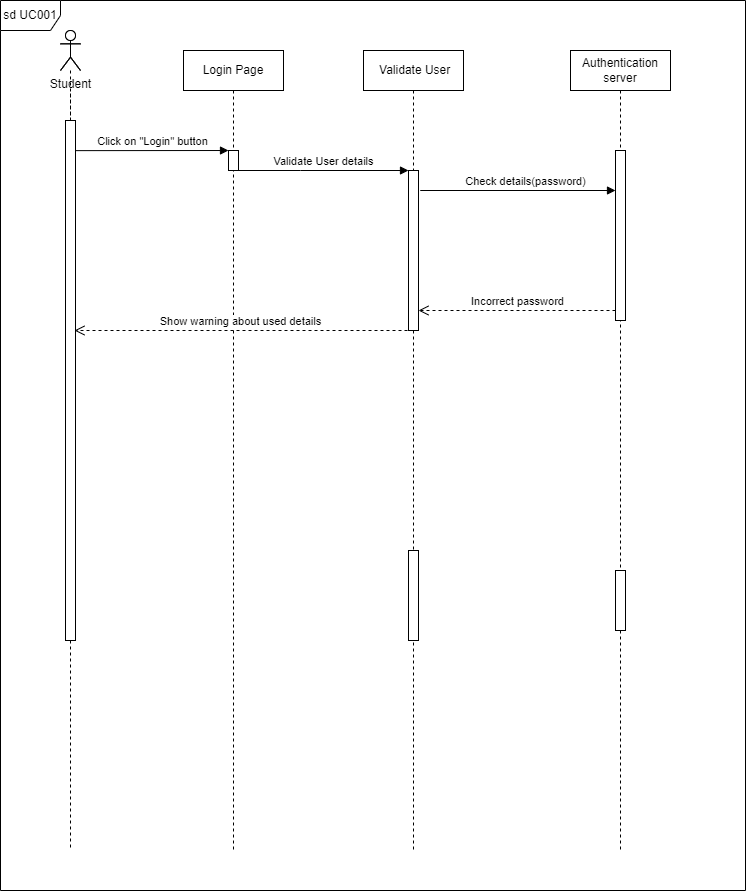
Above: project/drawio/Alpha/SDForgotPassword.drawio.png in drshahizan/software-engineering (draw.io), before the change. Source tidied: cells renumbered, new cells last; positions are measured from the earlier drawing's top-left corner, leaving out a move shared by most shapes. Source of this version:
```xml
<mxGraphModel>
  <root>
    <mxCell id="0" />
    <mxCell id="1" parent="0" />
    <mxCell id="2" style="shape=umlLifeline;perimeter=lifelinePerimeter;whiteSpace=wrap;html=1;newEdgeStyle={&quot;edgeStyle&quot;:&quot;elbowEdgeStyle&quot;,&quot;elbow&quot;:&quot;vertical&quot;,&quot;curved&quot;:0,&quot;rounded&quot;:0};participant=umlActor;" parent="1" vertex="1">
      <mxGeometry x="60" y="30" width="20" height="820" as="geometry" />
    </mxCell>
    <mxCell id="3" value="Login Page" style="shape=umlLifeline;perimeter=lifelinePerimeter;whiteSpace=wrap;html=1;newEdgeStyle={&quot;edgeStyle&quot;:&quot;elbowEdgeStyle&quot;,&quot;elbow&quot;:&quot;vertical&quot;,&quot;curved&quot;:0,&quot;rounded&quot;:0};" parent="1" vertex="1">
      <mxGeometry x="183" y="50" width="100" height="800" as="geometry" />
    </mxCell>
    <mxCell id="4" style="html=1;points=[];perimeter=orthogonalPerimeter;outlineConnect=0;targetShapes=umlLifeline;portConstraint=eastwest;newEdgeStyle={&quot;edgeStyle&quot;:&quot;elbowEdgeStyle&quot;,&quot;elbow&quot;:&quot;vertical&quot;,&quot;curved&quot;:0,&quot;rounded&quot;:0};" parent="3" vertex="1">
      <mxGeometry x="45" y="100" width="10" height="20" as="geometry" />
    </mxCell>
    <mxCell id="5" value="&amp;nbsp;Validate User" style="shape=umlLifeline;perimeter=lifelinePerimeter;whiteSpace=wrap;html=1;newEdgeStyle={&quot;edgeStyle&quot;:&quot;elbowEdgeStyle&quot;,&quot;elbow&quot;:&quot;vertical&quot;,&quot;curved&quot;:0,&quot;rounded&quot;:0};" parent="1" vertex="1">
      <mxGeometry x="363" y="50" width="100" height="800" as="geometry" />
    </mxCell>
    <mxCell id="6" style="html=1;points=[];perimeter=orthogonalPerimeter;outlineConnect=0;targetShapes=umlLifeline;portConstraint=eastwest;newEdgeStyle={&quot;edgeStyle&quot;:&quot;elbowEdgeStyle&quot;,&quot;elbow&quot;:&quot;vertical&quot;,&quot;curved&quot;:0,&quot;rounded&quot;:0};" parent="5" vertex="1">
      <mxGeometry x="45" y="120" width="10" height="160" as="geometry" />
    </mxCell>
    <mxCell id="7" value="Show warning about used details" style="html=1;verticalAlign=bottom;endArrow=open;dashed=1;endSize=8;edgeStyle=elbowEdgeStyle;elbow=vertical;curved=0;rounded=0;" parent="1" edge="1">
      <mxGeometry relative="1" as="geometry">
        <mxPoint x="407" y="330" as="sourcePoint" />
        <mxPoint x="74" y="330" as="targetPoint" />
        <Array as="points">
          <mxPoint x="254" y="330" />
          <mxPoint x="384" y="390" />
          <mxPoint x="309" y="410" />
          <mxPoint x="299" y="340" />
          <mxPoint x="332" y="290" />
        </Array>
      </mxGeometry>
    </mxCell>
    <mxCell id="8" value="Student" style="shape=umlActor;verticalLabelPosition=bottom;verticalAlign=top;html=1;" parent="1" vertex="1">
      <mxGeometry x="60" y="30" width="20" height="40" as="geometry" />
    </mxCell>
    <mxCell id="9" style="html=1;points=[];perimeter=orthogonalPerimeter;outlineConnect=0;targetShapes=umlLifeline;portConstraint=eastwest;newEdgeStyle={&quot;edgeStyle&quot;:&quot;elbowEdgeStyle&quot;,&quot;elbow&quot;:&quot;vertical&quot;,&quot;curved&quot;:0,&quot;rounded&quot;:0};" parent="1" vertex="1">
      <mxGeometry x="65" y="120" width="10" height="520" as="geometry" />
    </mxCell>
    <mxCell id="10" style="endArrow=none;dashed=1;html=1;rounded=0;" parent="1" edge="1" source="9">
      <mxGeometry relative="1" as="geometry">
        <mxPoint x="70" y="90" as="targetPoint" />
      </mxGeometry>
    </mxCell>
    <mxCell id="11" value="Click on &quot;Login&quot; button" style="html=1;verticalAlign=bottom;endArrow=block;edgeStyle=elbowEdgeStyle;elbow=vertical;curved=0;rounded=0;" parent="1" edge="1" target="4">
      <mxGeometry relative="1" as="geometry">
        <mxPoint x="75" y="150.1" as="sourcePoint" />
      </mxGeometry>
    </mxCell>
    <mxCell id="12" value="Validate User details" style="html=1;verticalAlign=bottom;endArrow=block;edgeStyle=elbowEdgeStyle;elbow=vertical;curved=0;rounded=0;" parent="1" edge="1" source="4" target="6">
      <mxGeometry relative="1" as="geometry">
        <Array as="points">
          <mxPoint x="300" y="170" />
        </Array>
      </mxGeometry>
    </mxCell>
    <mxCell id="13" value="Authentication server" style="shape=umlLifeline;perimeter=lifelinePerimeter;whiteSpace=wrap;html=1;newEdgeStyle={&quot;edgeStyle&quot;:&quot;elbowEdgeStyle&quot;,&quot;elbow&quot;:&quot;vertical&quot;,&quot;curved&quot;:0,&quot;rounded&quot;:0};" parent="1" vertex="1">
      <mxGeometry x="570" y="50" width="100" height="800" as="geometry" />
    </mxCell>
    <mxCell id="14" style="html=1;points=[];perimeter=orthogonalPerimeter;outlineConnect=0;targetShapes=umlLifeline;portConstraint=eastwest;newEdgeStyle={&quot;edgeStyle&quot;:&quot;elbowEdgeStyle&quot;,&quot;elbow&quot;:&quot;vertical&quot;,&quot;curved&quot;:0,&quot;rounded&quot;:0};" parent="13" vertex="1">
      <mxGeometry x="45" y="100" width="10" height="170" as="geometry" />
    </mxCell>
    <mxCell id="15" value="Check details(password)" style="html=1;verticalAlign=bottom;endArrow=block;edgeStyle=elbowEdgeStyle;elbow=vertical;curved=0;rounded=0;" parent="1" edge="1" target="14">
      <mxGeometry x="0.24" relative="1" as="geometry">
        <mxPoint x="463" y="190" as="sourcePoint" />
        <Array as="points">
          <mxPoint x="420" y="190" />
        </Array>
      </mxGeometry>
    </mxCell>
    <mxCell id="16" value="Incorrect password" style="html=1;verticalAlign=bottom;endArrow=open;dashed=1;endSize=8;edgeStyle=elbowEdgeStyle;elbow=vertical;curved=0;rounded=0;" parent="1" edge="1" target="6">
      <mxGeometry relative="1" as="geometry">
        <mxPoint x="615" y="310" as="sourcePoint" />
        <Array as="points">
          <mxPoint x="515" y="310" />
          <mxPoint x="555" y="330" />
          <mxPoint x="526" y="360" />
        </Array>
      </mxGeometry>
    </mxCell>
    <mxCell id="17" value="sd UC001" style="shape=umlFrame;whiteSpace=wrap;html=1;" parent="1" vertex="1">
      <mxGeometry width="745" height="890" as="geometry" />
    </mxCell>
    <mxCell id="18" style="html=1;perimeter=orthogonalPerimeter;targetShapes=umlLifeline;newEdgeStyle={&quot;edgeStyle&quot;:&quot;elbowEdgeStyle&quot;,&quot;elbow&quot;:&quot;vertical&quot;,&quot;curved&quot;:0,&quot;rounded&quot;:0};" parent="1" vertex="1">
      <mxGeometry x="408" y="550" width="10" height="90" as="geometry" />
    </mxCell>
    <mxCell id="19" style="html=1;perimeter=orthogonalPerimeter;targetShapes=umlLifeline;newEdgeStyle={&quot;edgeStyle&quot;:&quot;elbowEdgeStyle&quot;,&quot;elbow&quot;:&quot;vertical&quot;,&quot;curved&quot;:0,&quot;rounded&quot;:0};" parent="1" vertex="1">
      <mxGeometry x="615" y="570" width="10" height="60" as="geometry" />
    </mxCell>
  </root>
</mxGraphModel>
```
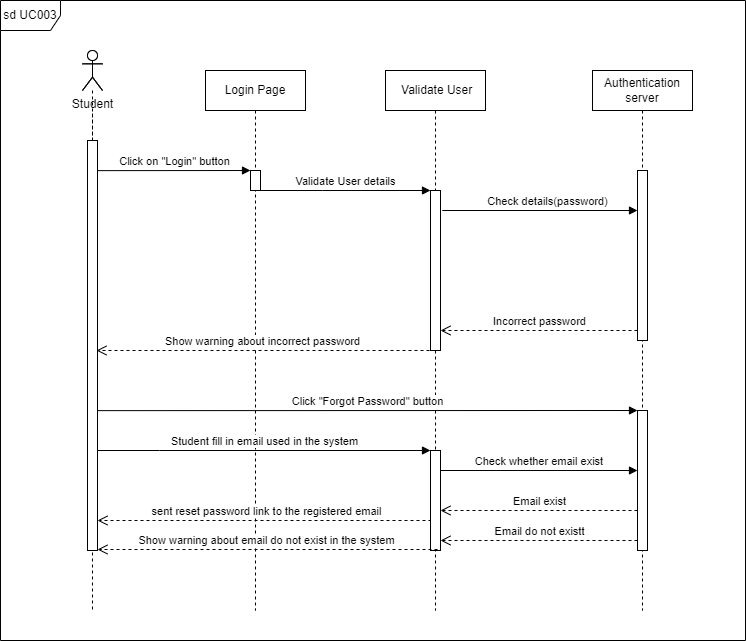
The same diagram one commit later.

Diff of the diagram source:
```diff
@@ -3,21 +3,21 @@
     <mxCell id="0" />
     <mxCell id="1" parent="0" />
     <mxCell id="2" style="shape=umlLifeline;perimeter=lifelinePerimeter;whiteSpace=wrap;html=1;newEdgeStyle={&quot;edgeStyle&quot;:&quot;elbowEdgeStyle&quot;,&quot;elbow&quot;:&quot;vertical&quot;,&quot;curved&quot;:0,&quot;rounded&quot;:0};participant=umlActor;" parent="1" vertex="1">
-      <mxGeometry x="60" y="30" width="20" height="820" as="geometry" />
+      <mxGeometry x="60" y="30" width="20" height="560" as="geometry" />
     </mxCell>
     <mxCell id="3" value="Login Page" style="shape=umlLifeline;perimeter=lifelinePerimeter;whiteSpace=wrap;html=1;newEdgeStyle={&quot;edgeStyle&quot;:&quot;elbowEdgeStyle&quot;,&quot;elbow&quot;:&quot;vertical&quot;,&quot;curved&quot;:0,&quot;rounded&quot;:0};" parent="1" vertex="1">
-      <mxGeometry x="183" y="50" width="100" height="800" as="geometry" />
+      <mxGeometry x="183" y="50" width="100" height="540" as="geometry" />
     </mxCell>
     <mxCell id="4" style="html=1;points=[];perimeter=orthogonalPerimeter;outlineConnect=0;targetShapes=umlLifeline;portConstraint=eastwest;newEdgeStyle={&quot;edgeStyle&quot;:&quot;elbowEdgeStyle&quot;,&quot;elbow&quot;:&quot;vertical&quot;,&quot;curved&quot;:0,&quot;rounded&quot;:0};" parent="3" vertex="1">
       <mxGeometry x="45" y="100" width="10" height="20" as="geometry" />
     </mxCell>
     <mxCell id="5" value="&amp;nbsp;Validate User" style="shape=umlLifeline;perimeter=lifelinePerimeter;whiteSpace=wrap;html=1;newEdgeStyle={&quot;edgeStyle&quot;:&quot;elbowEdgeStyle&quot;,&quot;elbow&quot;:&quot;vertical&quot;,&quot;curved&quot;:0,&quot;rounded&quot;:0};" parent="1" vertex="1">
-      <mxGeometry x="363" y="50" width="100" height="800" as="geometry" />
+      <mxGeometry x="363" y="50" width="100" height="540" as="geometry" />
     </mxCell>
     <mxCell id="6" style="html=1;points=[];perimeter=orthogonalPerimeter;outlineConnect=0;targetShapes=umlLifeline;portConstraint=eastwest;newEdgeStyle={&quot;edgeStyle&quot;:&quot;elbowEdgeStyle&quot;,&quot;elbow&quot;:&quot;vertical&quot;,&quot;curved&quot;:0,&quot;rounded&quot;:0};" parent="5" vertex="1">
       <mxGeometry x="45" y="120" width="10" height="160" as="geometry" />
     </mxCell>
-    <mxCell id="7" value="Show warning about used details" style="html=1;verticalAlign=bottom;endArrow=open;dashed=1;endSize=8;edgeStyle=elbowEdgeStyle;elbow=vertical;curved=0;rounded=0;" parent="1" edge="1">
+    <mxCell id="7" value="Show warning about incorrect password" style="html=1;verticalAlign=bottom;endArrow=open;dashed=1;endSize=8;edgeStyle=elbowEdgeStyle;elbow=vertical;curved=0;rounded=0;" parent="1" edge="1">
       <mxGeometry relative="1" as="geometry">
         <mxPoint x="407" y="330" as="sourcePoint" />
         <mxPoint x="74" y="330" as="targetPoint" />
@@ -34,7 +34,7 @@
       <mxGeometry x="60" y="30" width="20" height="40" as="geometry" />
     </mxCell>
     <mxCell id="9" style="html=1;points=[];perimeter=orthogonalPerimeter;outlineConnect=0;targetShapes=umlLifeline;portConstraint=eastwest;newEdgeStyle={&quot;edgeStyle&quot;:&quot;elbowEdgeStyle&quot;,&quot;elbow&quot;:&quot;vertical&quot;,&quot;curved&quot;:0,&quot;rounded&quot;:0};" parent="1" vertex="1">
-      <mxGeometry x="65" y="120" width="10" height="520" as="geometry" />
+      <mxGeometry x="65" y="120" width="10" height="410" as="geometry" />
     </mxCell>
     <mxCell id="10" style="endArrow=none;dashed=1;html=1;rounded=0;" parent="1" edge="1" source="9">
       <mxGeometry relative="1" as="geometry">
@@ -54,11 +54,14 @@
       </mxGeometry>
     </mxCell>
     <mxCell id="13" value="Authentication server" style="shape=umlLifeline;perimeter=lifelinePerimeter;whiteSpace=wrap;html=1;newEdgeStyle={&quot;edgeStyle&quot;:&quot;elbowEdgeStyle&quot;,&quot;elbow&quot;:&quot;vertical&quot;,&quot;curved&quot;:0,&quot;rounded&quot;:0};" parent="1" vertex="1">
-      <mxGeometry x="570" y="50" width="100" height="800" as="geometry" />
+      <mxGeometry x="570" y="50" width="100" height="540" as="geometry" />
     </mxCell>
     <mxCell id="14" style="html=1;points=[];perimeter=orthogonalPerimeter;outlineConnect=0;targetShapes=umlLifeline;portConstraint=eastwest;newEdgeStyle={&quot;edgeStyle&quot;:&quot;elbowEdgeStyle&quot;,&quot;elbow&quot;:&quot;vertical&quot;,&quot;curved&quot;:0,&quot;rounded&quot;:0};" parent="13" vertex="1">
       <mxGeometry x="45" y="100" width="10" height="170" as="geometry" />
     </mxCell>
+    <mxCell id="19" style="html=1;perimeter=orthogonalPerimeter;targetShapes=umlLifeline;newEdgeStyle={&quot;edgeStyle&quot;:&quot;elbowEdgeStyle&quot;,&quot;elbow&quot;:&quot;vertical&quot;,&quot;curved&quot;:0,&quot;rounded&quot;:0};" parent="13" vertex="1">
+      <mxGeometry x="45" y="340" width="10" height="140" as="geometry" />
+    </mxCell>
     <mxCell id="15" value="Check details(password)" style="html=1;verticalAlign=bottom;endArrow=block;edgeStyle=elbowEdgeStyle;elbow=vertical;curved=0;rounded=0;" parent="1" edge="1" target="14">
       <mxGeometry x="0.24" relative="1" as="geometry">
         <mxPoint x="463" y="190" as="sourcePoint" />
@@ -77,14 +80,87 @@
         </Array>
       </mxGeometry>
     </mxCell>
-    <mxCell id="17" value="sd UC001" style="shape=umlFrame;whiteSpace=wrap;html=1;" parent="1" vertex="1">
-      <mxGeometry width="745" height="890" as="geometry" />
+    <mxCell id="17" value="sd UC003" style="shape=umlFrame;whiteSpace=wrap;html=1;" parent="1" vertex="1">
+      <mxGeometry x="-22" y="-20" width="745" height="640" as="geometry" />
     </mxCell>
-    <mxCell id="18" style="html=1;perimeter=orthogonalPerimeter;targetShapes=umlLifeline;newEdgeStyle={&quot;edgeStyle&quot;:&quot;elbowEdgeStyle&quot;,&quot;elbow&quot;:&quot;vertical&quot;,&quot;curved&quot;:0,&quot;rounded&quot;:0};" parent="1" vertex="1">
-      <mxGeometry x="408" y="550" width="10" height="90" as="geometry" />
-    </mxCell>
-    <mxCell id="19" style="html=1;perimeter=orthogonalPerimeter;targetShapes=umlLifeline;newEdgeStyle={&quot;edgeStyle&quot;:&quot;elbowEdgeStyle&quot;,&quot;elbow&quot;:&quot;vertical&quot;,&quot;curved&quot;:0,&quot;rounded&quot;:0};" parent="1" vertex="1">
-      <mxGeometry x="615" y="570" width="10" height="60" as="geometry" />
-    </mxCell>
+    <mxCell id="20" value="Click &quot;Forgot Password&quot; button" style="html=1;verticalAlign=bottom;endArrow=block;edgeStyle=elbowEdgeStyle;elbow=vertical;curved=0;rounded=0;" parent="1" edge="1">
+      <mxGeometry relative="1" as="geometry">
+        <mxPoint x="75" y="390.1" as="sourcePoint" />
+        <mxPoint x="615" y="390" as="targetPoint" />
+      </mxGeometry>
+    </mxCell>
+    <mxCell id="21" value="sent reset password link to the registered email" style="html=1;verticalAlign=bottom;endArrow=open;dashed=1;endSize=8;edgeStyle=elbowEdgeStyle;elbow=vertical;curved=0;rounded=0;" parent="1" edge="1" target="9">
+      <mxGeometry relative="1" as="geometry">
+        <mxPoint x="415" y="500" as="sourcePoint" />
+        <Array as="points">
+          <mxPoint x="345" y="500" />
+          <mxPoint x="345" y="490" />
+          <mxPoint x="415" y="530" />
+          <mxPoint x="485" y="500" />
+          <mxPoint x="282" y="449.5" />
+          <mxPoint x="412" y="509.5" />
+          <mxPoint x="337" y="529.5" />
+          <mxPoint x="327" y="459.5" />
+          <mxPoint x="360" y="409.5" />
+        </Array>
+      </mxGeometry>
+    </mxCell>
+    <mxCell id="22" style="html=1;points=[];perimeter=orthogonalPerimeter;outlineConnect=0;targetShapes=umlLifeline;portConstraint=eastwest;newEdgeStyle={&quot;edgeStyle&quot;:&quot;elbowEdgeStyle&quot;,&quot;elbow&quot;:&quot;vertical&quot;,&quot;curved&quot;:0,&quot;rounded&quot;:0};" parent="1" vertex="1">
+      <mxGeometry x="408" y="430" width="10" height="100" as="geometry" />
+    </mxCell>
+    <mxCell id="23" value="Student fill in email used in the system" style="html=1;verticalAlign=bottom;endArrow=block;edgeStyle=elbowEdgeStyle;elbow=vertical;curved=0;rounded=0;" parent="1" edge="1" target="22">
+      <mxGeometry relative="1" as="geometry">
+        <mxPoint x="75" y="430" as="sourcePoint" />
+        <Array as="points">
+          <mxPoint x="137" y="430" />
+        </Array>
+      </mxGeometry>
+    </mxCell>
+    <mxCell id="24" value="Check whether email exist&amp;nbsp;" style="html=1;verticalAlign=bottom;endArrow=block;edgeStyle=elbowEdgeStyle;elbow=vertical;curved=0;rounded=0;" parent="1" edge="1">
+      <mxGeometry x="0.18" relative="1" as="geometry">
+        <mxPoint x="458" y="450" as="sourcePoint" />
+        <mxPoint x="615" y="450" as="targetPoint" />
+        <Array as="points">
+          <mxPoint x="418" y="450" />
+        </Array>
+      </mxGeometry>
+    </mxCell>
+    <mxCell id="25" value="Email exist" style="html=1;verticalAlign=bottom;endArrow=open;dashed=1;endSize=8;edgeStyle=elbowEdgeStyle;elbow=vertical;curved=0;rounded=0;" parent="1" edge="1">
+      <mxGeometry relative="1" as="geometry">
+        <mxPoint x="615" y="490" as="sourcePoint" />
+        <mxPoint x="418" y="490" as="targetPoint" />
+        <Array as="points">
+          <mxPoint x="515" y="490" />
+          <mxPoint x="555" y="510" />
+          <mxPoint x="526" y="540" />
+        </Array>
+      </mxGeometry>
+    </mxCell>
+    <mxCell id="26" value="Show warning about email do not exist in the system" style="html=1;verticalAlign=bottom;endArrow=open;dashed=1;endSize=8;edgeStyle=elbowEdgeStyle;elbow=vertical;curved=0;rounded=0;" parent="1" edge="1">
+      <mxGeometry relative="1" as="geometry">
+        <mxPoint x="415" y="529" as="sourcePoint" />
+        <mxPoint x="75" y="529" as="targetPoint" />
+        <Array as="points">
+          <mxPoint x="415" y="529" />
+          <mxPoint x="485" y="499" />
+          <mxPoint x="282" y="448.5" />
+          <mxPoint x="412" y="508.5" />
+          <mxPoint x="337" y="528.5" />
+          <mxPoint x="327" y="458.5" />
+          <mxPoint x="360" y="408.5" />
+        </Array>
+      </mxGeometry>
+    </mxCell>
+    <mxCell id="27" value="Email do not existt" style="html=1;verticalAlign=bottom;endArrow=open;dashed=1;endSize=8;edgeStyle=elbowEdgeStyle;elbow=vertical;curved=0;rounded=0;" parent="1" edge="1">
+      <mxGeometry relative="1" as="geometry">
+        <mxPoint x="615" y="520" as="sourcePoint" />
+        <mxPoint x="418" y="520" as="targetPoint" />
+        <Array as="points">
+          <mxPoint x="515" y="520" />
+          <mxPoint x="555" y="540" />
+          <mxPoint x="526" y="570" />
+        </Array>
+      </mxGeometry>
+    </mxCell>
   </root>
 </mxGraphModel>
```
